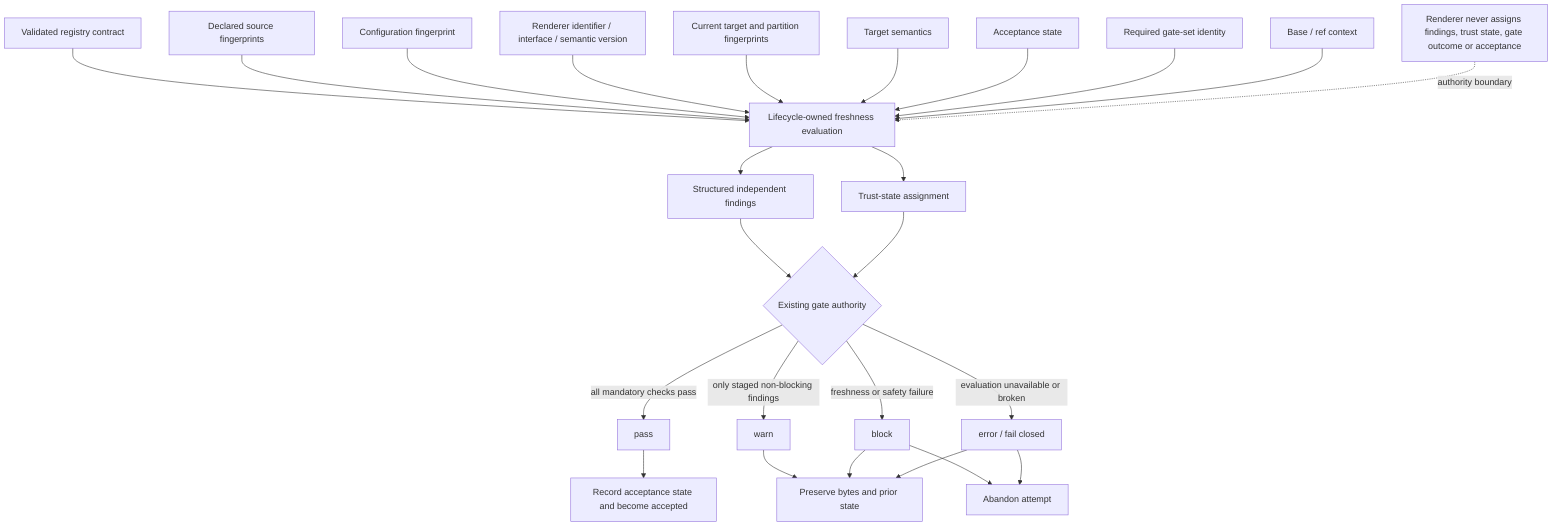
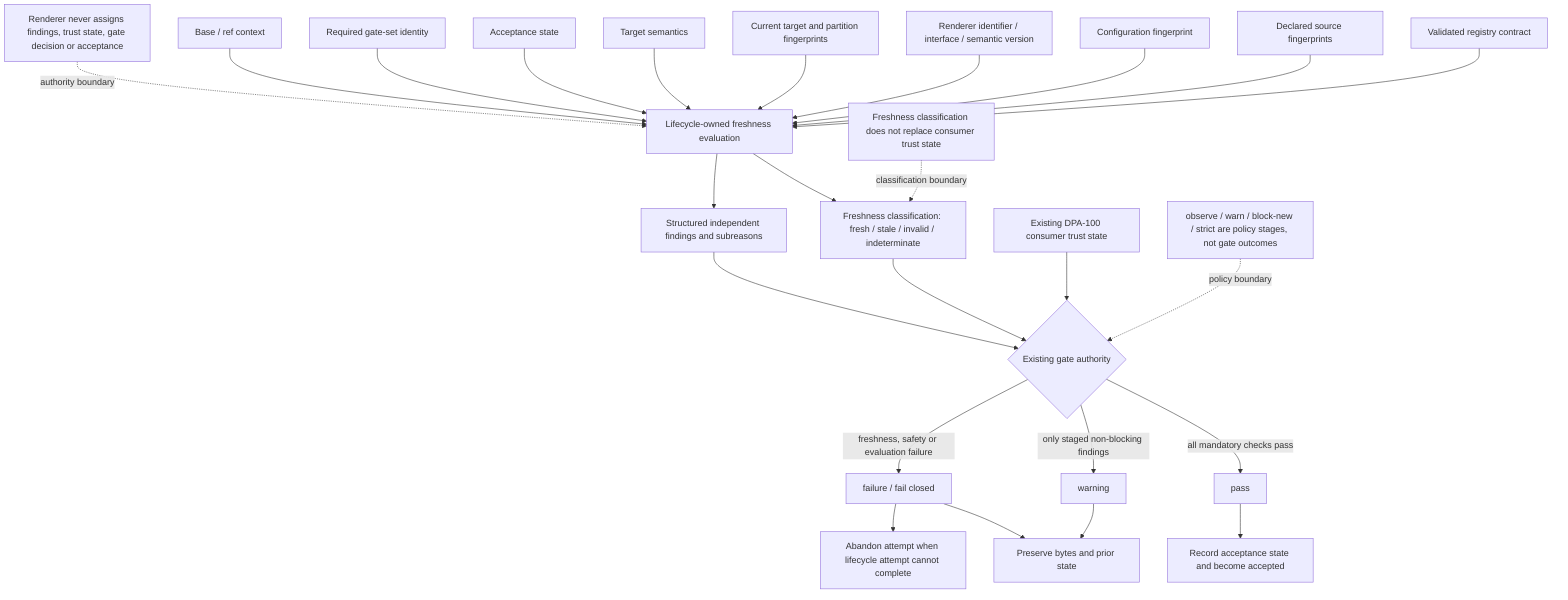
flowchart TD
    REG[Validated registry contract]
    SRC[Declared source fingerprints]
    CFG[Configuration fingerprint]
    REN[Renderer identifier / interface / semantic version]
    TGT[Current target and partition fingerprints]
    SEM[Target semantics]
    ACC[Acceptance state]
    GSET[Required gate-set identity]
    BASE[Base / ref context]

    EVAL[Lifecycle-owned freshness evaluation]
-     FIND[Structured independent findings]
-     TRUST[Trust-state assignment]
+     CLASS[Freshness classification: fresh / stale / invalid / indeterminate]
+     FIND[Structured independent findings and subreasons]
+     TRUST[Existing DPA-100 consumer trust state]
    GATE{Existing gate authority}

    PASS[pass]
-     WARN[warn]
-     BLOCK[block]
-     ERROR[error / fail closed]
+     WARNING[warning]
+     FAILURE[failure / fail closed]
    ACCEPT[Record acceptance state and become accepted]
    PRESERVE[Preserve bytes and prior state]
-     ABANDON[Abandon attempt]
+     ABANDON[Abandon attempt when lifecycle attempt cannot complete]

    REG --> EVAL
    SRC --> EVAL
    CFG --> EVAL
    REN --> EVAL
    TGT --> EVAL
    SEM --> EVAL
    ACC --> EVAL
    GSET --> EVAL
    BASE --> EVAL

+     EVAL --> CLASS
    EVAL --> FIND
-     EVAL --> TRUST
+     CLASS --> GATE
    FIND --> GATE
    TRUST --> GATE

    GATE -->|all mandatory checks pass| PASS
-     GATE -->|only staged non-blocking findings| WARN
-     GATE -->|freshness or safety failure| BLOCK
-     GATE -->|evaluation unavailable or broken| ERROR
+     GATE -->|only staged non-blocking findings| WARNING
+     GATE -->|freshness, safety or evaluation failure| FAILURE

    PASS --> ACCEPT
-     WARN --> PRESERVE
-     BLOCK --> PRESERVE
-     BLOCK --> ABANDON
-     ERROR --> PRESERVE
-     ERROR --> ABANDON
+     WARNING --> PRESERVE
+     FAILURE --> PRESERVE
+     FAILURE --> ABANDON

-     NOTE[Renderer never assigns findings, trust state, gate outcome or acceptance]
-     NOTE -. authority boundary .-> EVAL
+     NOTE1[Freshness classification does not replace consumer trust state]
+     NOTE2[observe / warn / block-new / strict are policy stages, not gate outcomes]
+     NOTE3[Renderer never assigns findings, trust state, gate decision or acceptance]
+     NOTE1 -. classification boundary .-> CLASS
+     NOTE2 -. policy boundary .-> GATE
+     NOTE3 -. authority boundary .-> EVAL